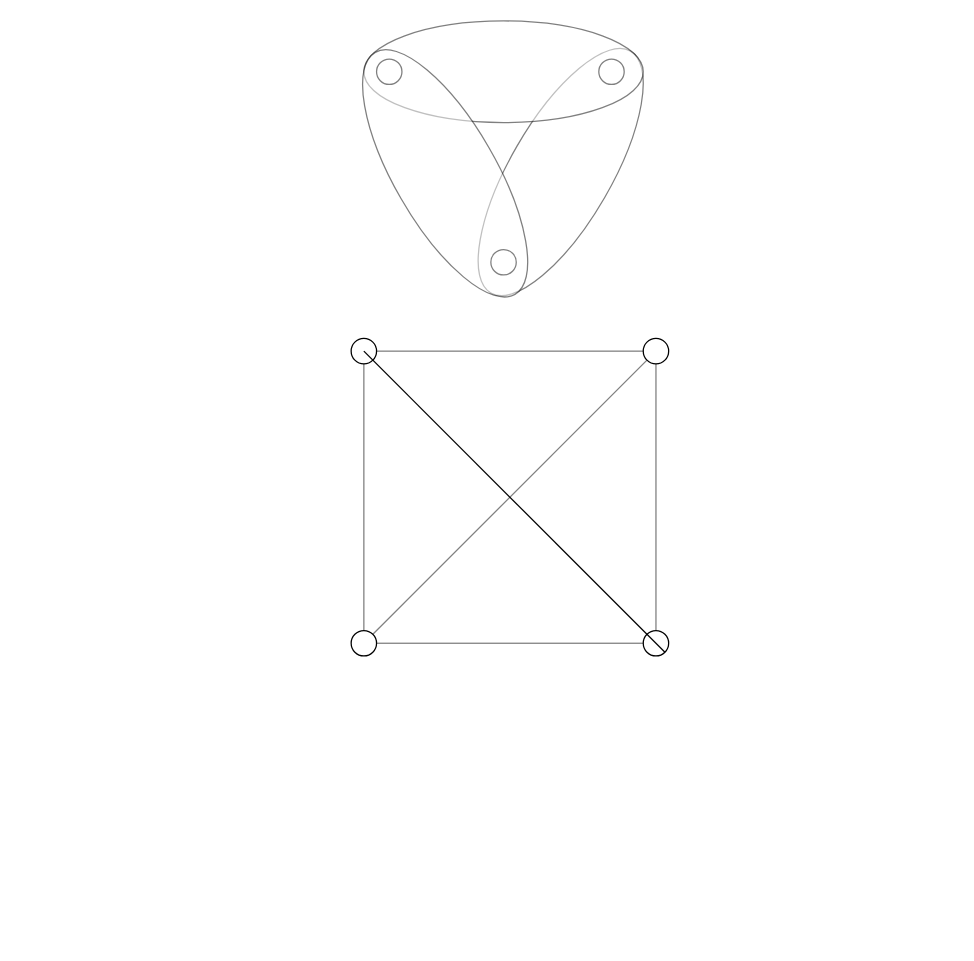
codeaudit/1 keeps this draw.io diagram as quadratic.drawio. Above is the earlier version. Source tidied: cells renumbered, new cells numbered last; positions are measured from the earlier drawing's top-left corner, leaving out a move shared by most shapes. Both pictures are drawn from the tidied source at 127%, with x=0, y=0 at pixel (305, 20).
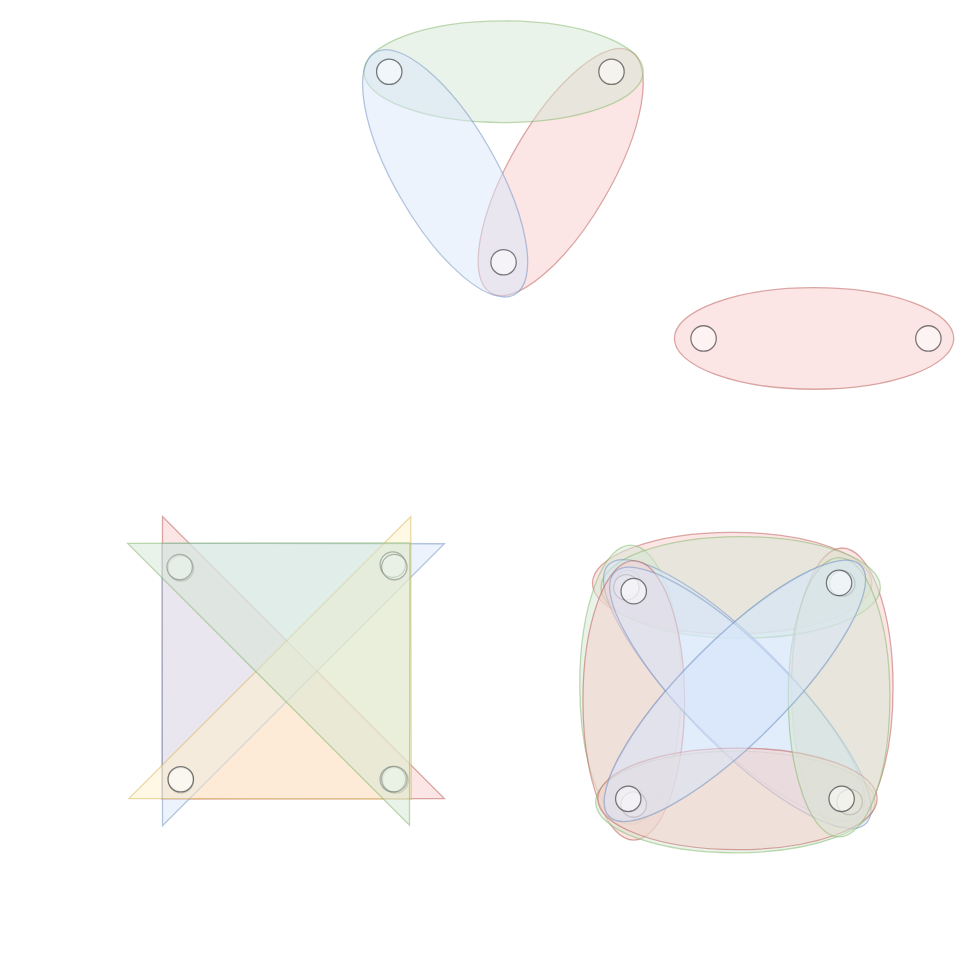
The same page after the edit.

Change to the diagram source:
```diff
@@
-    <mxCell id="2" style="endArrow=none;html=1;rounded=0;exitX=0;exitY=1;exitDx=0;exitDy=0;" parent="1" edge="1" source="6">
-      <mxGeometry relative="1" as="geometry">
-        <mxPoint x="276" y="260" as="targetPoint" />
-      </mxGeometry>
-    </mxCell>
-    <mxCell id="3" style="ellipse;whiteSpace=wrap;html=1;rotation=-240;opacity=50;" parent="1" vertex="1">
+    <mxCell id="3" style="ellipse;whiteSpace=wrap;html=1;rotation=-240;opacity=50;fillColor=#f8cecc;strokeColor=#b85450;" parent="1" vertex="1">
       <mxGeometry x="91" y="79" width="220" height="80" as="geometry" />
     </mxCell>
-    <mxCell id="4" style="ellipse;whiteSpace=wrap;html=1;opacity=50;" parent="1" vertex="1">
+    <mxCell id="4" style="ellipse;whiteSpace=wrap;html=1;opacity=50;fillColor=#d5e8d4;strokeColor=#82b366;" parent="1" vertex="1">
       <mxGeometry x="46" width="220" height="80" as="geometry" />
     </mxCell>
-    <mxCell id="5" style="ellipse;whiteSpace=wrap;html=1;rotation=60;opacity=50;" parent="1" vertex="1">
+    <mxCell id="5" style="ellipse;whiteSpace=wrap;html=1;rotation=60;opacity=50;fillColor=#dae8fc;strokeColor=#6c8ebf;" parent="1" vertex="1">
       <mxGeometry y="80" width="220" height="80" as="geometry" />
     </mxCell>
-    <mxCell id="6" style="whiteSpace=wrap;html=1;opacity=50;" parent="1" vertex="1">
-      <mxGeometry x="46" y="260" width="230" height="230" as="geometry" />
-    </mxCell>
-    <mxCell id="7" style="endArrow=none;html=1;rounded=0;exitX=0;exitY=0;exitDx=0;exitDy=0;entryX=1;entryY=1;entryDx=0;entryDy=0;startArrow=none;" parent="1" edge="1" source="12" target="6">
-      <mxGeometry relative="1" as="geometry" />
-    </mxCell>
-    <mxCell id="8" style="endArrow=none;html=1;rounded=0;exitX=0;exitY=1;exitDx=0;exitDy=0;entryX=1;entryY=0;entryDx=0;entryDy=0;startArrow=none;" parent="1" edge="1" source="11" target="6">
-      <mxGeometry relative="1" as="geometry" />
-    </mxCell>
-    <mxCell id="9" style="ellipse;whiteSpace=wrap;html=1;" parent="1" vertex="1">
-      <mxGeometry x="36" y="250" width="20" height="20" as="geometry" />
-    </mxCell>
-    <mxCell id="10" style="ellipse;whiteSpace=wrap;html=1;" parent="1" vertex="1">
-      <mxGeometry x="36" y="480" width="20" height="20" as="geometry" />
-    </mxCell>
-    <mxCell id="11" style="ellipse;whiteSpace=wrap;html=1;" parent="1" vertex="1">
-      <mxGeometry x="266" y="250" width="20" height="20" as="geometry" />
-    </mxCell>
-    <mxCell id="12" style="ellipse;whiteSpace=wrap;html=1;" parent="1" vertex="1">
-      <mxGeometry x="266" y="480" width="20" height="20" as="geometry" />
-    </mxCell>
-    <mxCell id="13" style="endArrow=none;html=1;rounded=0;exitX=0;exitY=0;exitDx=0;exitDy=0;entryX=1;entryY=1;entryDx=0;entryDy=0;" parent="1" edge="1" source="6" target="12">
-      <mxGeometry relative="1" as="geometry" />
-    </mxCell>
@@
+    <mxCell id="17" style="group;rotation=90;direction=south;" parent="1" vertex="1">
+      <mxGeometry x="-224" y="390" width="514.5" height="423.3" as="geometry" />
+    </mxCell>
+    <mxCell id="18" style="triangle;whiteSpace=wrap;html=1;fontFamily=Helvetica;fontSize=12;strokeColor=#b85450;fillColor=#f8cecc;rotation=135;opacity=50;" parent="17" vertex="1">
+      <mxGeometry x="88" y="10" width="157.5" height="313.9" as="geometry" />
+    </mxCell>
+    <mxCell id="19" style="ellipse;whiteSpace=wrap;html=1;opacity=50;rotation=90;" parent="17" vertex="1">
+      <mxGeometry x="116" y="31" width="20" height="20" as="geometry" />
+    </mxCell>
+    <mxCell id="20" style="ellipse;whiteSpace=wrap;html=1;opacity=50;rotation=90;" parent="17" vertex="1">
+      <mxGeometry x="285" y="198" width="20" height="20" as="geometry" />
+    </mxCell>
+    <mxCell id="21" style="ellipse;whiteSpace=wrap;html=1;opacity=50;rotation=90;" parent="17" vertex="1">
+      <mxGeometry x="116" y="198" width="20" height="20" as="geometry" />
+    </mxCell>
+    <mxCell id="22" style="triangle;whiteSpace=wrap;html=1;fontFamily=Helvetica;fontSize=12;strokeColor=#6c8ebf;fillColor=#dae8fc;rotation=45;opacity=50;direction=west;" parent="17" vertex="1">
+      <mxGeometry x="88" y="-80" width="157.5" height="313.9" as="geometry" />
+    </mxCell>
+    <mxCell id="23" style="triangle;whiteSpace=wrap;html=1;fontFamily=Helvetica;fontSize=12;strokeColor=#d6b656;fillColor=#fff2cc;rotation=45;opacity=50;" parent="17" vertex="1">
+      <mxGeometry x="172.9" y="10" width="157.5" height="313.9" as="geometry" />
+    </mxCell>
+    <mxCell id="24" style="ellipse;whiteSpace=wrap;html=1;opacity=50;" parent="17" vertex="1">
+      <mxGeometry x="115.8" y="197.1" width="20" height="20" as="geometry" />
+    </mxCell>
+    <mxCell id="25" style="ellipse;whiteSpace=wrap;html=1;opacity=50;" parent="17" vertex="1">
+      <mxGeometry x="282.8" y="28.1" width="20" height="20" as="geometry" />
+    </mxCell>
+    <mxCell id="26" style="ellipse;whiteSpace=wrap;html=1;opacity=50;" parent="17" vertex="1">
+      <mxGeometry x="282.8" y="197.1" width="20" height="20" as="geometry" />
+    </mxCell>
+    <mxCell id="27" style="group;rotation=90;" parent="17" vertex="1">
+      <mxGeometry x="87" y="-85" width="333.3" height="333.3" as="geometry" />
+    </mxCell>
+    <mxCell id="28" style="ellipse;whiteSpace=wrap;html=1;opacity=50;rotation=-90;" parent="27" vertex="1">
+      <mxGeometry x="197" y="282" width="20" height="20" as="geometry" />
+    </mxCell>
+    <mxCell id="29" style="ellipse;whiteSpace=wrap;html=1;opacity=50;rotation=-90;" parent="27" vertex="1">
+      <mxGeometry x="28" y="115" width="20" height="20" as="geometry" />
+    </mxCell>
+    <mxCell id="30" style="ellipse;whiteSpace=wrap;html=1;opacity=50;rotation=-90;" parent="27" vertex="1">
+      <mxGeometry x="197" y="115" width="20" height="20" as="geometry" />
+    </mxCell>
+    <mxCell id="31" style="triangle;whiteSpace=wrap;html=1;fontFamily=Helvetica;fontSize=12;strokeColor=#82b366;fillColor=#d5e8d4;rotation=-45;opacity=50;" parent="17" vertex="1">
+      <mxGeometry x="171.9" y="-80.3" width="157.5" height="313.9" as="geometry" />
+    </mxCell>
+    <mxCell id="32" style="ellipse;whiteSpace=wrap;html=1;rotation=-180;opacity=50;fillColor=#f8cecc;strokeColor=#b85450;" parent="1" vertex="1">
+      <mxGeometry x="290.5" y="210" width="220" height="80" as="geometry" />
+    </mxCell>
+    <mxCell id="33" style="ellipse;whiteSpace=wrap;html=1;opacity=50;" parent="1" vertex="1">
+      <mxGeometry x="303.5" y="240" width="20" height="20" as="geometry" />
+    </mxCell>
+    <mxCell id="34" style="ellipse;whiteSpace=wrap;html=1;opacity=50;" parent="1" vertex="1">
+      <mxGeometry x="480.5" y="240" width="20" height="20" as="geometry" />
+    </mxCell>
+    <mxCell id="35" style="group;" parent="1" vertex="1">
+      <mxGeometry x="210.7" y="400" width="259.3" height="260.5" as="geometry" />
+    </mxCell>
+    <mxCell id="36" style="ellipse;whiteSpace=wrap;html=1;rotation=0;opacity=50;fillColor=#f8cecc;strokeColor=#b85450;" parent="35" vertex="1">
+      <mxGeometry x="15.3" y="2.7" width="220" height="80" as="geometry" />
+    </mxCell>
+    <mxCell id="37" style="ellipse;whiteSpace=wrap;html=1;opacity=50;fillColor=#d5e8d4;strokeColor=#82b366;rotation=-90;" parent="35" vertex="1">
+      <mxGeometry x="-64.7" y="82.7" width="220" height="80" as="geometry" />
+    </mxCell>
+    <mxCell id="38" style="ellipse;whiteSpace=wrap;html=1;rotation=-45;opacity=50;fillColor=#dae8fc;strokeColor=#6c8ebf;" parent="35" vertex="1">
+      <mxGeometry x="-12.7" y="87.3" width="279.9" height="80" as="geometry" />
+    </mxCell>
+    <mxCell id="39" style="ellipse;whiteSpace=wrap;html=1;opacity=50;rotation=-90;" parent="35" vertex="1">
+      <mxGeometry x="201.3" y="32.7" width="20" height="20" as="geometry" />
+    </mxCell>
+    <mxCell id="40" style="ellipse;whiteSpace=wrap;html=1;opacity=50;rotation=-90;" parent="35" vertex="1">
+      <mxGeometry x="35.3" y="202.7" width="20" height="20" as="geometry" />
+    </mxCell>
+    <mxCell id="41" style="ellipse;whiteSpace=wrap;html=1;opacity=50;rotation=-90;" parent="35" vertex="1">
+      <mxGeometry x="33.3" y="32.7" width="20" height="20" as="geometry" />
+    </mxCell>
+    <mxCell id="42" style="group;rotation=90;" parent="35" vertex="1">
+      <mxGeometry width="259.3" height="260.5" as="geometry" />
+    </mxCell>
+    <mxCell id="43" style="ellipse;whiteSpace=wrap;html=1;rotation=90;opacity=50;fillColor=#f8cecc;strokeColor=#b85450;" parent="42" vertex="1">
+      <mxGeometry x="102" y="85" width="220" height="80" as="geometry" />
+    </mxCell>
+    <mxCell id="44" style="ellipse;whiteSpace=wrap;html=1;opacity=50;fillColor=#d5e8d4;strokeColor=#82b366;rotation=0;" parent="42" vertex="1">
+      <mxGeometry x="22" y="6" width="220" height="80" as="geometry" />
+    </mxCell>
+    <mxCell id="45" style="ellipse;whiteSpace=wrap;html=1;rotation=45;opacity=50;fillColor=#dae8fc;strokeColor=#6c8ebf;" parent="42" vertex="1">
+      <mxGeometry x="-13" y="87" width="279.9" height="80" as="geometry" />
+    </mxCell>
+    <mxCell id="46" style="ellipse;whiteSpace=wrap;html=1;opacity=50;rotation=0;" parent="42" vertex="1">
+      <mxGeometry x="202" y="202" width="20" height="20" as="geometry" />
+    </mxCell>
+    <mxCell id="47" style="ellipse;whiteSpace=wrap;html=1;opacity=50;rotation=0;" parent="42" vertex="1">
+      <mxGeometry x="32" y="36" width="20" height="20" as="geometry" />
+    </mxCell>
+    <mxCell id="48" style="ellipse;whiteSpace=wrap;html=1;opacity=50;rotation=0;" parent="42" vertex="1">
+      <mxGeometry x="202" y="33" width="20" height="20" as="geometry" />
+    </mxCell>
+    <mxCell id="49" style="group;rotation=-90;" parent="42" vertex="1">
+      <mxGeometry x="4.8" y="6" width="254.5" height="254.5" as="geometry" />
+    </mxCell>
+    <mxCell id="50" style="ellipse;whiteSpace=wrap;html=1;rotation=-90;opacity=50;fillColor=#f8cecc;strokeColor=#b85450;" parent="49" vertex="1">
+      <mxGeometry x="-67" y="89" width="220" height="80" as="geometry" />
+    </mxCell>
+    <mxCell id="51" style="ellipse;whiteSpace=wrap;html=1;opacity=50;fillColor=#d5e8d4;strokeColor=#82b366;rotation=-180;" parent="49" vertex="1">
+      <mxGeometry x="13" y="169" width="220" height="80" as="geometry" />
+    </mxCell>
+    <mxCell id="52" style="ellipse;whiteSpace=wrap;html=1;rotation=-135;opacity=50;fillColor=#dae8fc;strokeColor=#6c8ebf;" parent="49" vertex="1">
+      <mxGeometry x="-13" y="87" width="279.9" height="80" as="geometry" />
+    </mxCell>
+    <mxCell id="53" style="ellipse;whiteSpace=wrap;html=1;opacity=50;rotation=-180;" parent="49" vertex="1">
+      <mxGeometry x="33" y="33" width="20" height="20" as="geometry" />
+    </mxCell>
+    <mxCell id="54" style="ellipse;whiteSpace=wrap;html=1;opacity=50;rotation=-180;" parent="49" vertex="1">
+      <mxGeometry x="203" y="199" width="20" height="20" as="geometry" />
+    </mxCell>
+    <mxCell id="55" style="ellipse;whiteSpace=wrap;html=1;opacity=50;rotation=-180;" parent="49" vertex="1">
+      <mxGeometry x="33" y="201" width="20" height="20" as="geometry" />
+    </mxCell>
+    <mxCell id="56" style="group;direction=south;rotation=-180;" parent="49" vertex="1">
+      <mxGeometry x="-4.3" y="-5.5" width="254.5" height="254.5" as="geometry" />
+    </mxCell>
+    <mxCell id="57" style="ellipse;whiteSpace=wrap;html=1;rotation=-180;opacity=50;fillColor=#f8cecc;strokeColor=#b85450;" parent="56" vertex="1">
+      <mxGeometry x="19" y="172" width="220" height="80" as="geometry" />
+    </mxCell>
+    <mxCell id="58" style="ellipse;whiteSpace=wrap;html=1;opacity=50;fillColor=#d5e8d4;strokeColor=#82b366;rotation=-270;" parent="56" vertex="1">
+      <mxGeometry x="99" y="92" width="220" height="80" as="geometry" />
+    </mxCell>
+    <mxCell id="59" style="ellipse;whiteSpace=wrap;html=1;rotation=-225;opacity=50;fillColor=#dae8fc;strokeColor=#6c8ebf;" parent="56" vertex="1">
+      <mxGeometry x="-13" y="87" width="279.9" height="80" as="geometry" />
+    </mxCell>
+    <mxCell id="60" style="ellipse;whiteSpace=wrap;html=1;opacity=50;rotation=-270;" parent="56" vertex="1">
+      <mxGeometry x="33" y="202" width="20" height="20" as="geometry" />
+    </mxCell>
+    <mxCell id="61" style="ellipse;whiteSpace=wrap;html=1;opacity=50;rotation=-270;" parent="56" vertex="1">
+      <mxGeometry x="199" y="32" width="20" height="20" as="geometry" />
+    </mxCell>
+    <mxCell id="62" style="ellipse;whiteSpace=wrap;html=1;opacity=50;rotation=-270;" parent="56" vertex="1">
+      <mxGeometry x="201" y="202" width="20" height="20" as="geometry" />
+    </mxCell>
```
